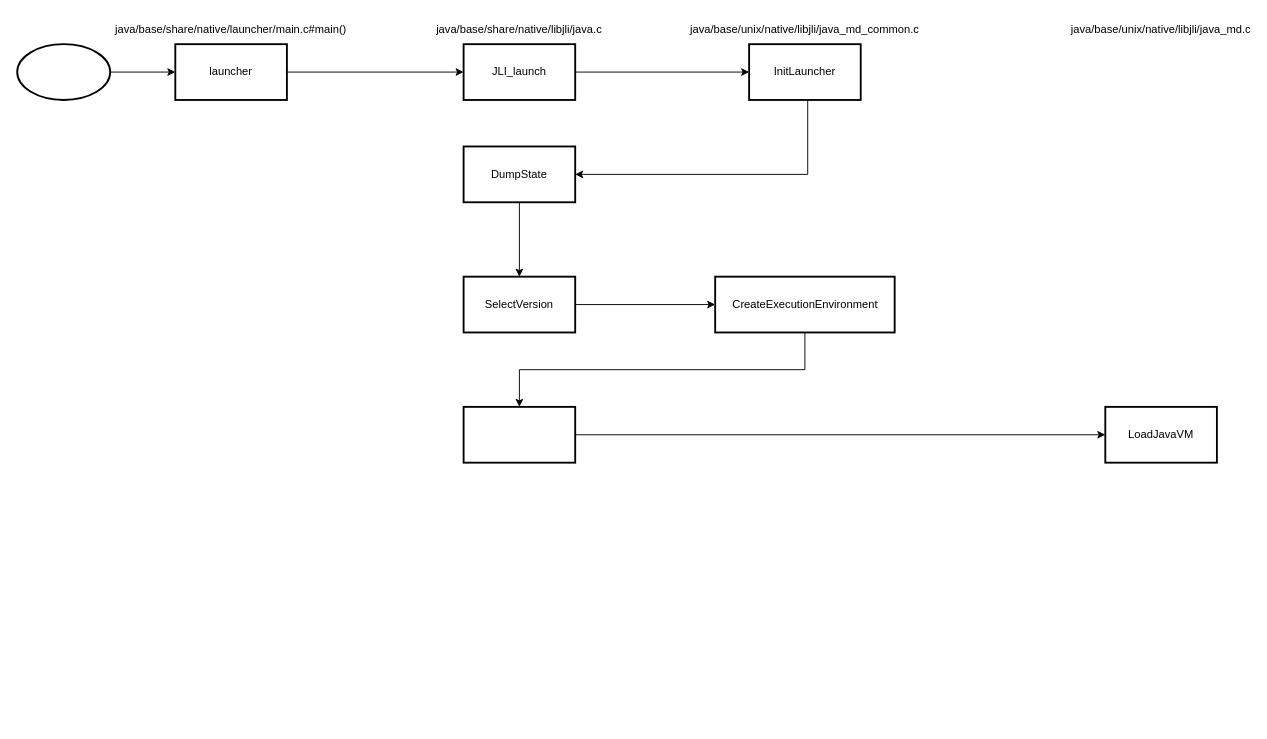
Above: java-se/jvm.drawio in Xianhuii/draw (draw.io), before the change. Source tidied: cells renumbered, new cells numbered last; positions are measured from the earlier drawing's top-left corner, leaving out a move shared by most shapes. Both pictures are drawn from the tidied source at 93%, with x=0, y=0 at pixel (17, 16).
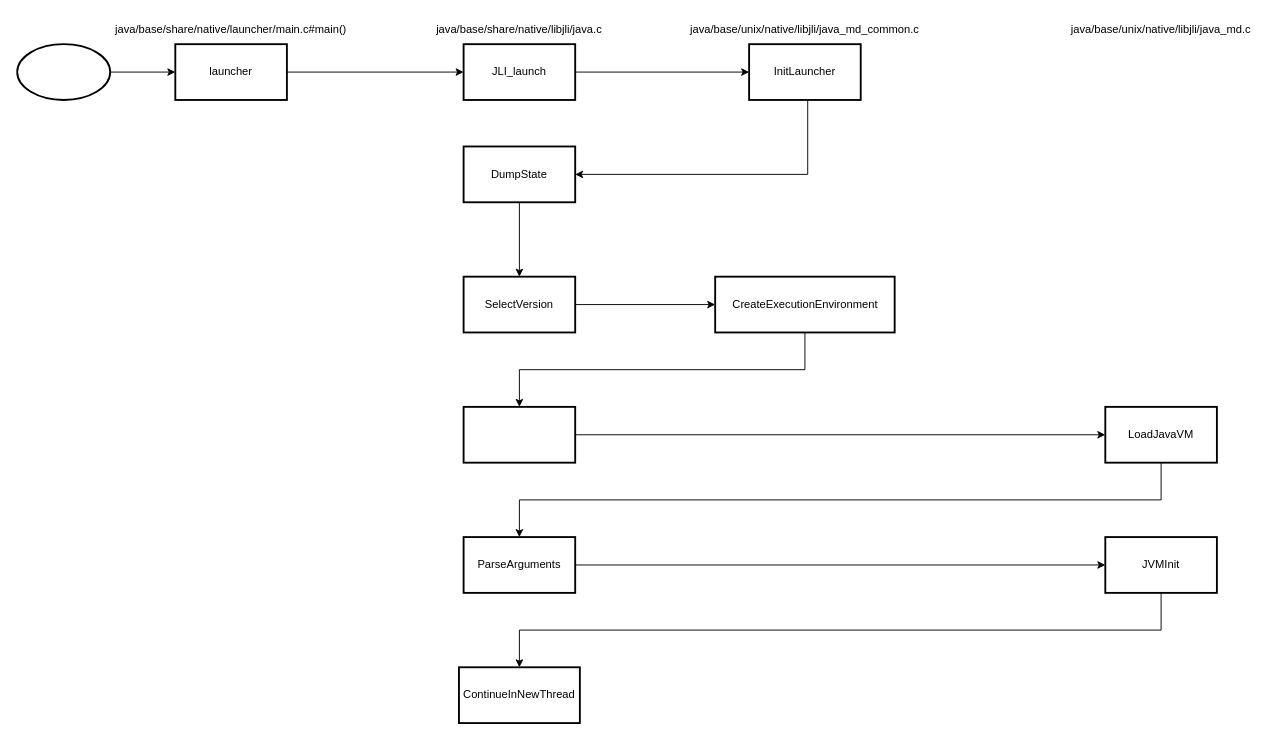
The same page after the edit.

The change refers to these unchanged cells:
```xml
<mxCell id="21" value="LoadJavaVM" style="whiteSpace=wrap;html=1;strokeWidth=2;" parent="1" vertex="1">
  <mxGeometry x="1170" y="420" width="120" height="60" as="geometry" />
</mxCell>
```

Diff of the diagram source:
```diff
@@
+    <mxCell id="23" style="edgeStyle=orthogonalEdgeStyle;rounded=0;jettySize=auto;html=1;" parent="1" edge="1" source="21" target="25">
+      <mxGeometry relative="1" as="geometry">
+        <Array as="points">
+          <mxPoint x="1230" y="520" />
+          <mxPoint x="540" y="520" />
+        </Array>
+      </mxGeometry>
+    </mxCell>
@@
+    <mxCell id="24" style="edgeStyle=orthogonalEdgeStyle;rounded=0;jettySize=auto;html=1;" parent="1" edge="1" source="25" target="27">
+      <mxGeometry relative="1" as="geometry" />
+    </mxCell>
+    <mxCell id="25" value="ParseArguments" style="whiteSpace=wrap;html=1;strokeWidth=2;" parent="1" vertex="1">
+      <mxGeometry x="480" y="560" width="120" height="60" as="geometry" />
+    </mxCell>
+    <mxCell id="26" style="edgeStyle=orthogonalEdgeStyle;rounded=0;jettySize=auto;html=1;" parent="1" edge="1" source="27" target="28">
+      <mxGeometry relative="1" as="geometry">
+        <Array as="points">
+          <mxPoint x="1230" y="660" />
+          <mxPoint x="540" y="660" />
+        </Array>
+      </mxGeometry>
+    </mxCell>
+    <mxCell id="27" value="JVMInit" style="whiteSpace=wrap;html=1;strokeWidth=2;" parent="1" vertex="1">
+      <mxGeometry x="1170" y="560" width="120" height="60" as="geometry" />
+    </mxCell>
+    <mxCell id="28" value="ContinueInNewThread" style="whiteSpace=wrap;html=1;strokeWidth=2;" parent="1" vertex="1">
+      <mxGeometry x="475" y="700" width="130" height="60" as="geometry" />
+    </mxCell>
```
